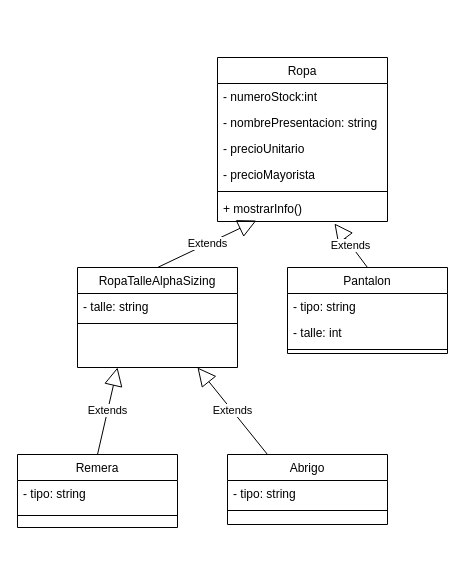
Earlier version of the draw.io diagram DesarrolloOrientadoObjetos/ejericiosObligatorios3/UML/ejerciciosObligatorios3.drawio (monick96/PracticeCsharp). Source tidied: cells renumbered, new cells numbered last; positions are measured from the earlier drawing's top-left corner, leaving out a move shared by most shapes. Both pictures are drawn from the tidied source at 100%, with x=0, y=0 at pixel (17, 57).
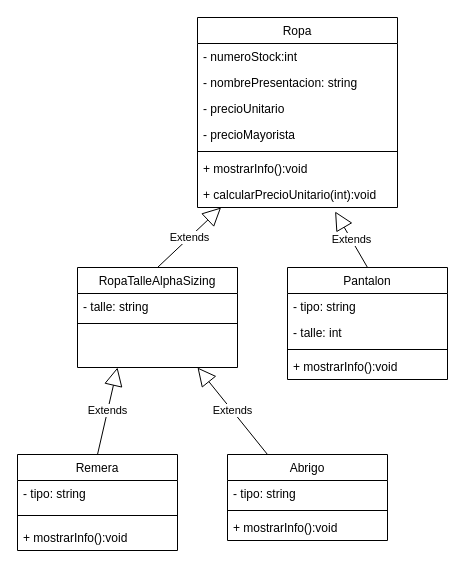
Above is the later version.

The change refers to these unchanged cells:
```xml
<mxCell id="9" value="RopaTalleAlphaSizing" style="swimlane;fontStyle=0;align=center;verticalAlign=top;horizontal=1;startSize=26;rounded=0;shadow=0;strokeWidth=1;" parent="1" vertex="1">
  <mxGeometry x="60" y="210" width="160" height="100" as="geometry" />
</mxCell>
```

Diff of the diagram source:
```diff
@@
     <mxCell id="2" value="Ropa" style="swimlane;fontStyle=0;align=center;verticalAlign=top;horizontal=1;startSize=26;rounded=0;shadow=0;strokeWidth=1;" parent="1" vertex="1">
-      <mxGeometry x="200" width="170" height="164" as="geometry" />
+      <mxGeometry x="180" y="-40" width="200" height="190" as="geometry" />
     </mxCell>
     <mxCell id="3" value="- numeroStock:int" style="text;align=left;verticalAlign=top;spacingLeft=4;spacingRight=4;overflow=hidden;" parent="2" vertex="1">
-      <mxGeometry y="26" width="170" height="26" as="geometry" />
+      <mxGeometry y="26" width="200" height="26" as="geometry" />
     </mxCell>
     <mxCell id="4" value="- nombrePresentacion: string" style="text;align=left;verticalAlign=top;spacingLeft=4;spacingRight=4;overflow=hidden;rounded=0;shadow=0;html=0;" parent="2" vertex="1">
-      <mxGeometry y="52" width="170" height="26" as="geometry" />
+      <mxGeometry y="52" width="200" height="26" as="geometry" />
     </mxCell>
     <mxCell id="5" value="- precioUnitario" style="text;align=left;verticalAlign=top;spacingLeft=4;spacingRight=4;overflow=hidden;rounded=0;shadow=0;html=0;" parent="2" vertex="1">
-      <mxGeometry y="78" width="170" height="26" as="geometry" />
+      <mxGeometry y="78" width="200" height="26" as="geometry" />
     </mxCell>
     <mxCell id="6" value="- precioMayorista" style="text;align=left;verticalAlign=top;spacingLeft=4;spacingRight=4;overflow=hidden;rounded=0;shadow=0;html=0;" parent="2" vertex="1">
-      <mxGeometry y="104" width="170" height="26" as="geometry" />
+      <mxGeometry y="104" width="200" height="26" as="geometry" />
     </mxCell>
     <mxCell id="7" style="line;html=1;strokeWidth=1;align=left;verticalAlign=middle;spacingTop=-1;spacingLeft=3;spacingRight=3;labelPosition=right;" parent="2" vertex="1">
-      <mxGeometry y="130" width="170" height="8" as="geometry" />
+      <mxGeometry y="130" width="200" height="8" as="geometry" />
     </mxCell>
-    <mxCell id="8" value="+ mostrarInfo()" style="text;align=left;verticalAlign=top;spacingLeft=4;spacingRight=4;overflow=hidden;points=[[0,0.5],[1,0.5]];portConstraint=eastwest;" parent="2" vertex="1">
-      <mxGeometry y="138" width="170" height="26" as="geometry" />
+    <mxCell id="8" value="+ mostrarInfo():void" style="text;align=left;verticalAlign=top;spacingLeft=4;spacingRight=4;overflow=hidden;points=[[0,0.5],[1,0.5]];portConstraint=eastwest;" parent="2" vertex="1">
+      <mxGeometry y="138" width="200" height="26" as="geometry" />
     </mxCell>
+    <mxCell id="26" value="+ calcularPrecioUnitario(int):void" style="text;align=left;verticalAlign=top;spacingLeft=4;spacingRight=4;overflow=hidden;points=[[0,0.5],[1,0.5]];portConstraint=eastwest;" parent="2" vertex="1">
+      <mxGeometry y="164" width="200" height="26" as="geometry" />
+    </mxCell>
@@
     <mxCell id="12" value="Abrigo" style="swimlane;fontStyle=0;align=center;verticalAlign=top;horizontal=1;startSize=26;rounded=0;shadow=0;strokeWidth=1;" parent="1" vertex="1">
-      <mxGeometry x="210" y="397" width="160" height="70" as="geometry" />
+      <mxGeometry x="210" y="397" width="160" height="86" as="geometry" />
     </mxCell>
@@
+    <mxCell id="27" value="+ mostrarInfo():void" style="text;align=left;verticalAlign=top;spacingLeft=4;spacingRight=4;overflow=hidden;" parent="12" vertex="1">
+      <mxGeometry y="60" width="160" height="26" as="geometry" />
+    </mxCell>
     <mxCell id="15" value="Pantalon" style="swimlane;fontStyle=0;align=center;verticalAlign=top;horizontal=1;startSize=26;rounded=0;shadow=0;strokeWidth=1;" parent="1" vertex="1">
-      <mxGeometry x="270" y="210" width="160" height="86" as="geometry" />
+      <mxGeometry x="270" y="210" width="160" height="112" as="geometry" />
     </mxCell>
@@
+    <mxCell id="28" value="+ mostrarInfo():void" style="text;align=left;verticalAlign=top;spacingLeft=4;spacingRight=4;overflow=hidden;" parent="15" vertex="1">
+      <mxGeometry y="86" width="160" height="26" as="geometry" />
+    </mxCell>
     <mxCell id="19" value="Remera" style="swimlane;fontStyle=0;align=center;verticalAlign=top;horizontal=1;startSize=26;rounded=0;shadow=0;strokeWidth=1;" parent="1" vertex="1">
-      <mxGeometry y="397" width="160" height="73" as="geometry" />
+      <mxGeometry y="397" width="160" height="96" as="geometry" />
     </mxCell>
@@
+    <mxCell id="29" value="+ mostrarInfo():void" style="text;align=left;verticalAlign=top;spacingLeft=4;spacingRight=4;overflow=hidden;" parent="19" vertex="1">
+      <mxGeometry y="70" width="160" height="26" as="geometry" />
+    </mxCell>
@@
-    <mxCell id="24" value="Extends" style="endArrow=block;endSize=16;endFill=0;html=1;rounded=0;exitX=0.5;exitY=0;exitDx=0;exitDy=0;entryX=0.229;entryY=0.962;entryDx=0;entryDy=0;entryPerimeter=0;" parent="1" edge="1" source="9" target="8">
+    <mxCell id="24" value="Extends" style="endArrow=block;endSize=16;endFill=0;html=1;rounded=0;exitX=0.5;exitY=0;exitDx=0;exitDy=0;entryX=0.118;entryY=1;entryDx=0;entryDy=0;entryPerimeter=0;" parent="1" edge="1" source="9" target="26">
       <mxGeometry relative="1" as="geometry" />
     </mxCell>
-    <mxCell id="25" value="Extends" style="endArrow=block;endSize=16;endFill=0;html=1;rounded=0;exitX=0.5;exitY=0;exitDx=0;exitDy=0;entryX=0.688;entryY=1.077;entryDx=0;entryDy=0;entryPerimeter=0;" parent="1" edge="1" source="15" target="8">
+    <mxCell id="25" value="Extends" style="endArrow=block;endSize=16;endFill=0;html=1;rounded=0;exitX=0.5;exitY=0;exitDx=0;exitDy=0;entryX=0.688;entryY=1.154;entryDx=0;entryDy=0;entryPerimeter=0;" parent="1" edge="1" source="15" target="26">
       <mxGeometry relative="1" as="geometry" />
     </mxCell>
```
